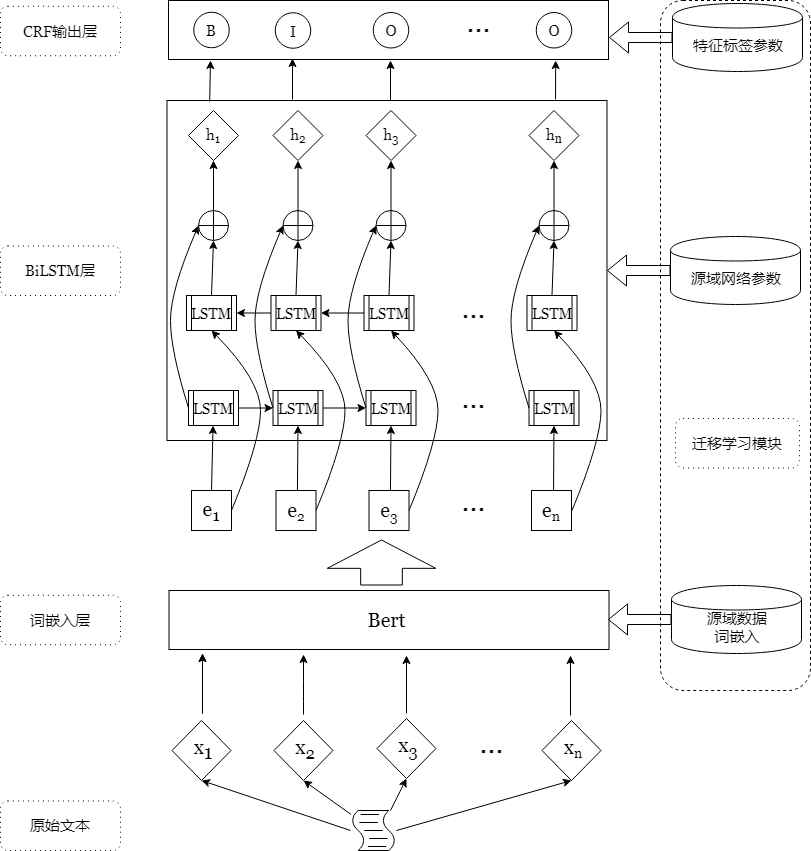
Earlier version of the draw.io export Trans-Bert-BiLSTM-CRF-CN.png (yhx123hero/CyberspaceSecurity_NER). Source tidied: cells renumbered, new cells last; positions are measured from the earlier drawing's top-left corner, leaving out a move shared by most shapes.
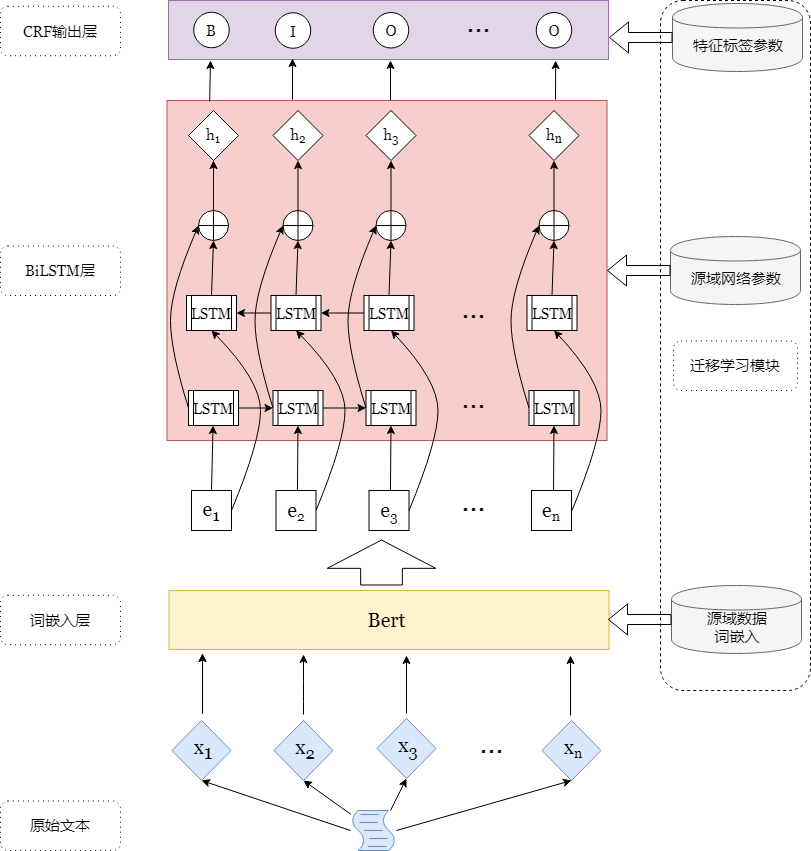
The same file after the commit.

What changed in the source:
```diff
@@ -5,37 +5,37 @@
     <mxCell id="2" style="rounded=1;whiteSpace=wrap;html=1;dashed=1;" parent="1" vertex="1">
       <mxGeometry x="660" width="150" height="690" as="geometry" />
     </mxCell>
-    <mxCell id="3" style="rounded=0;whiteSpace=wrap;html=1;" parent="1" vertex="1">
+    <mxCell id="3" style="rounded=0;whiteSpace=wrap;html=1;fillColor=#f8cecc;strokeColor=#b85450;" parent="1" vertex="1">
       <mxGeometry x="166.5" y="100" width="440" height="340" as="geometry" />
     </mxCell>
-    <mxCell id="4" style="shape=mxgraph.bpmn.script_task;html=1;outlineConnect=0;" parent="1" vertex="1">
+    <mxCell id="4" style="shape=mxgraph.bpmn.script_task;html=1;outlineConnect=0;fillColor=#dae8fc;strokeColor=#6c8ebf;" parent="1" vertex="1">
       <mxGeometry x="350.5" y="810" width="45" height="40" as="geometry" />
     </mxCell>
-    <mxCell id="5" style="rhombus;whiteSpace=wrap;html=1;labelBackgroundColor=#ffffff;fontFamily=Georgia;fontSize=18;verticalAlign=top;labelPosition=center;verticalLabelPosition=bottom;align=center;" parent="1" vertex="1">
+    <mxCell id="5" style="rhombus;whiteSpace=wrap;html=1;labelBackgroundColor=#ffffff;fontFamily=Georgia;fontSize=18;verticalAlign=top;labelPosition=center;verticalLabelPosition=bottom;align=center;fillColor=#dae8fc;strokeColor=#6c8ebf;" parent="1" vertex="1">
       <mxGeometry x="171.5" y="720" width="59" height="60" as="geometry" />
     </mxCell>
-    <mxCell id="6" value="x&lt;sub style=&quot;font-size: 20px;&quot;&gt;1&lt;/sub&gt;" style="text;html=1;strokeColor=none;fillColor=none;align=center;verticalAlign=top;whiteSpace=wrap;rounded=0;fontFamily=Georgia;fontSize=20;labelBackgroundColor=none;labelPosition=center;verticalLabelPosition=middle;" parent="1" vertex="1">
+    <mxCell id="6" value="x&lt;sub style=&quot;font-size: 20px;&quot;&gt;1&lt;/sub&gt;" style="text;html=1;align=center;verticalAlign=top;whiteSpace=wrap;rounded=0;fontFamily=Georgia;fontSize=20;labelBackgroundColor=none;labelPosition=center;verticalLabelPosition=middle;" parent="1" vertex="1">
       <mxGeometry x="168" y="728" width="70" height="40" as="geometry" />
     </mxCell>
-    <mxCell id="7" style="rhombus;whiteSpace=wrap;html=1;labelBackgroundColor=#ffffff;fontFamily=Georgia;fontSize=18;verticalAlign=top;labelPosition=center;verticalLabelPosition=bottom;align=center;" parent="1" vertex="1">
+    <mxCell id="7" style="rhombus;whiteSpace=wrap;html=1;labelBackgroundColor=#ffffff;fontFamily=Georgia;fontSize=18;verticalAlign=top;labelPosition=center;verticalLabelPosition=bottom;align=center;fillColor=#dae8fc;strokeColor=#6c8ebf;" parent="1" vertex="1">
       <mxGeometry x="273.5" y="720" width="59" height="60" as="geometry" />
     </mxCell>
-    <mxCell id="8" value="x&lt;sub&gt;2&lt;/sub&gt;" style="text;html=1;strokeColor=none;fillColor=none;align=center;verticalAlign=top;whiteSpace=wrap;rounded=0;fontFamily=Georgia;fontSize=20;labelBackgroundColor=none;labelPosition=center;verticalLabelPosition=middle;" parent="1" vertex="1">
+    <mxCell id="8" value="x&lt;sub&gt;2&lt;/sub&gt;" style="text;html=1;align=center;verticalAlign=top;whiteSpace=wrap;rounded=0;fontFamily=Georgia;fontSize=20;labelBackgroundColor=none;labelPosition=center;verticalLabelPosition=middle;" parent="1" vertex="1">
       <mxGeometry x="270" y="728" width="70" height="40" as="geometry" />
     </mxCell>
-    <mxCell id="9" style="rhombus;whiteSpace=wrap;html=1;labelBackgroundColor=#ffffff;fontFamily=Georgia;fontSize=18;verticalAlign=top;labelPosition=center;verticalLabelPosition=bottom;align=center;" parent="1" vertex="1">
+    <mxCell id="9" style="rhombus;whiteSpace=wrap;html=1;labelBackgroundColor=#ffffff;fontFamily=Georgia;fontSize=18;verticalAlign=top;labelPosition=center;verticalLabelPosition=bottom;align=center;fillColor=#dae8fc;strokeColor=#6c8ebf;" parent="1" vertex="1">
       <mxGeometry x="376.5" y="718" width="59" height="60" as="geometry" />
     </mxCell>
-    <mxCell id="10" value="x&lt;sub&gt;3&lt;/sub&gt;" style="text;html=1;strokeColor=none;fillColor=none;align=center;verticalAlign=top;whiteSpace=wrap;rounded=0;fontFamily=Georgia;fontSize=20;labelBackgroundColor=none;labelPosition=center;verticalLabelPosition=middle;" parent="1" vertex="1">
+    <mxCell id="10" value="x&lt;sub&gt;3&lt;/sub&gt;" style="text;html=1;align=center;verticalAlign=top;whiteSpace=wrap;rounded=0;fontFamily=Georgia;fontSize=20;labelBackgroundColor=none;labelPosition=center;verticalLabelPosition=middle;" parent="1" vertex="1">
       <mxGeometry x="373" y="726" width="70" height="40" as="geometry" />
     </mxCell>
-    <mxCell id="11" style="rhombus;whiteSpace=wrap;html=1;labelBackgroundColor=#ffffff;fontFamily=Georgia;fontSize=18;verticalAlign=top;labelPosition=center;verticalLabelPosition=bottom;align=center;" parent="1" vertex="1">
+    <mxCell id="11" style="rhombus;whiteSpace=wrap;html=1;labelBackgroundColor=#ffffff;fontFamily=Georgia;fontSize=18;verticalAlign=top;labelPosition=center;verticalLabelPosition=bottom;align=center;fillColor=#dae8fc;strokeColor=#6c8ebf;" parent="1" vertex="1">
       <mxGeometry x="541.5" y="720" width="59" height="60" as="geometry" />
     </mxCell>
-    <mxCell id="12" value="x&lt;span style=&quot;font-size: 16.6667px&quot;&gt;&lt;sub&gt;n&lt;/sub&gt;&lt;/span&gt;" style="text;html=1;strokeColor=none;fillColor=none;align=center;verticalAlign=top;whiteSpace=wrap;rounded=0;fontFamily=Georgia;fontSize=20;labelBackgroundColor=none;labelPosition=center;verticalLabelPosition=middle;" parent="1" vertex="1">
+    <mxCell id="12" value="x&lt;span style=&quot;font-size: 16.6667px&quot;&gt;&lt;sub&gt;n&lt;/sub&gt;&lt;/span&gt;" style="text;html=1;align=center;verticalAlign=top;whiteSpace=wrap;rounded=0;fontFamily=Georgia;fontSize=20;labelBackgroundColor=none;labelPosition=center;verticalLabelPosition=middle;" parent="1" vertex="1">
       <mxGeometry x="538" y="728" width="70" height="40" as="geometry" />
     </mxCell>
-    <mxCell id="13" value="…" style="text;strokeColor=none;fillColor=none;html=1;fontSize=24;fontStyle=1;verticalAlign=middle;align=center;labelBackgroundColor=none;" parent="1" vertex="1">
+    <mxCell id="13" value="…" style="text;html=1;fontSize=24;fontStyle=1;verticalAlign=middle;align=center;labelBackgroundColor=none;" parent="1" vertex="1">
       <mxGeometry x="441" y="724" width="100" height="40" as="geometry" />
     </mxCell>
     <mxCell id="14" style="endArrow=classic;html=1;fontFamily=Georgia;fontSize=20;entryX=0.5;entryY=1;entryDx=0;entryDy=0;" parent="1" edge="1" target="5">
@@ -56,7 +56,7 @@
         <mxPoint x="396" y="830" as="sourcePoint" />
       </mxGeometry>
     </mxCell>
-    <mxCell id="18" style="rounded=0;whiteSpace=wrap;html=1;" parent="1" vertex="1">
+    <mxCell id="18" style="rounded=0;whiteSpace=wrap;html=1;fillColor=#fff2cc;strokeColor=#d6b656;" parent="1" vertex="1">
       <mxGeometry x="168.5" y="590" width="440" height="59" as="geometry" />
     </mxCell>
     <mxCell id="19" style="endArrow=classic;html=1;fontFamily=Georgia;fontSize=20;" parent="1" edge="1">
@@ -320,7 +320,7 @@
     <mxCell id="82" value="…" style="text;strokeColor=none;fillColor=none;html=1;fontSize=24;fontStyle=1;verticalAlign=middle;align=center;labelBackgroundColor=none;" parent="1" vertex="1">
       <mxGeometry x="423" y="289" width="100" height="40" as="geometry" />
     </mxCell>
-    <mxCell id="83" style="rounded=0;whiteSpace=wrap;html=1;" parent="1" vertex="1">
+    <mxCell id="83" style="rounded=0;whiteSpace=wrap;html=1;fillColor=#e1d5e7;strokeColor=#9673a6;" parent="1" vertex="1">
       <mxGeometry x="168" width="440" height="59" as="geometry" />
     </mxCell>
     <mxCell id="84" style="ellipse;whiteSpace=wrap;html=1;labelBackgroundColor=none;fontFamily=Georgia;fontSize=15;" parent="1" vertex="1">
@@ -347,7 +347,7 @@
     <mxCell id="91" value="O" style="text;html=1;strokeColor=none;fillColor=none;align=center;verticalAlign=middle;whiteSpace=wrap;rounded=0;labelBackgroundColor=none;fontFamily=Georgia;fontSize=15;" parent="1" vertex="1">
       <mxGeometry x="533.5" y="20.2" width="40" height="20" as="geometry" />
     </mxCell>
-    <mxCell id="92" style="shape=cylinder;whiteSpace=wrap;html=1;boundedLbl=1;backgroundOutline=1;labelBackgroundColor=none;fontFamily=Georgia;fontSize=15;" parent="1" vertex="1">
+    <mxCell id="92" style="shape=cylinder;whiteSpace=wrap;html=1;boundedLbl=1;backgroundOutline=1;labelBackgroundColor=none;fontFamily=Georgia;fontSize=15;fillColor=#f5f5f5;strokeColor=#666666;fontColor=#333333;" parent="1" vertex="1">
       <mxGeometry x="670" y="236" width="130" height="68" as="geometry" />
     </mxCell>
     <mxCell id="93" style="shape=flexArrow;endArrow=classic;html=1;fontFamily=Georgia;fontSize=15;entryX=1;entryY=0.5;entryDx=0;entryDy=0;exitX=0;exitY=0.5;exitDx=0;exitDy=0;" parent="1" edge="1" source="92" target="3">
@@ -386,7 +386,7 @@
       <mxGeometry y="594.8" width="120" height="49.5" as="geometry" />
     </mxCell>
     <mxCell id="102" value="迁移学习模块" style="shape=ext;rounded=1;html=1;whiteSpace=wrap;dashed=1;dashPattern=1 4;labelBackgroundColor=none;fontFamily=Georgia;fontSize=15;" parent="1" vertex="1">
-      <mxGeometry x="675" y="418" width="124" height="49.5" as="geometry" />
+      <mxGeometry x="673" y="340.5" width="124" height="49.5" as="geometry" />
     </mxCell>
     <mxCell id="103" value="原始文本" style="shape=ext;rounded=1;html=1;whiteSpace=wrap;dashed=1;dashPattern=1 4;labelBackgroundColor=none;fontFamily=Georgia;fontSize=15;" parent="1" vertex="1">
       <mxGeometry y="800.5" width="120" height="49.5" as="geometry" />
@@ -394,7 +394,7 @@
     <mxCell id="104" value="…" style="text;strokeColor=none;fillColor=none;html=1;fontSize=24;fontStyle=1;verticalAlign=middle;align=center;labelBackgroundColor=none;" parent="1" vertex="1">
       <mxGeometry x="427.5" y="2.5" width="100" height="40" as="geometry" />
     </mxCell>
-    <mxCell id="105" style="shape=cylinder;whiteSpace=wrap;html=1;boundedLbl=1;backgroundOutline=1;labelBackgroundColor=none;fontFamily=Georgia;fontSize=15;" parent="1" vertex="1">
+    <mxCell id="105" style="shape=cylinder;whiteSpace=wrap;html=1;boundedLbl=1;backgroundOutline=1;labelBackgroundColor=none;fontFamily=Georgia;fontSize=15;fillColor=#f5f5f5;strokeColor=#666666;fontColor=#333333;" parent="1" vertex="1">
       <mxGeometry x="671" y="585" width="130" height="68" as="geometry" />
     </mxCell>
     <mxCell id="106" style="shape=flexArrow;endArrow=classic;html=1;fontFamily=Georgia;fontSize=15;entryX=1;entryY=0.5;entryDx=0;entryDy=0;exitX=0;exitY=0.5;exitDx=0;exitDy=0;" parent="1" edge="1" source="105">
@@ -405,7 +405,7 @@
     <mxCell id="107" value="源域数据&lt;br&gt;词嵌入" style="text;html=1;strokeColor=none;fillColor=none;align=center;verticalAlign=middle;whiteSpace=wrap;rounded=0;labelBackgroundColor=none;fontFamily=Georgia;fontSize=15;" parent="1" vertex="1">
       <mxGeometry x="687" y="615" width="100" height="23" as="geometry" />
     </mxCell>
-    <mxCell id="108" style="shape=cylinder;whiteSpace=wrap;html=1;boundedLbl=1;backgroundOutline=1;labelBackgroundColor=none;fontFamily=Georgia;fontSize=15;" parent="1" vertex="1">
+    <mxCell id="108" style="shape=cylinder;whiteSpace=wrap;html=1;boundedLbl=1;backgroundOutline=1;labelBackgroundColor=none;fontFamily=Georgia;fontSize=15;fillColor=#f5f5f5;strokeColor=#666666;fontColor=#333333;" parent="1" vertex="1">
       <mxGeometry x="672" y="3" width="130" height="68" as="geometry" />
     </mxCell>
     <mxCell id="109" style="shape=flexArrow;endArrow=classic;html=1;fontFamily=Georgia;fontSize=15;entryX=1;entryY=0.5;entryDx=0;entryDy=0;exitX=0;exitY=0.5;exitDx=0;exitDy=0;" parent="1" edge="1" source="108">
```
